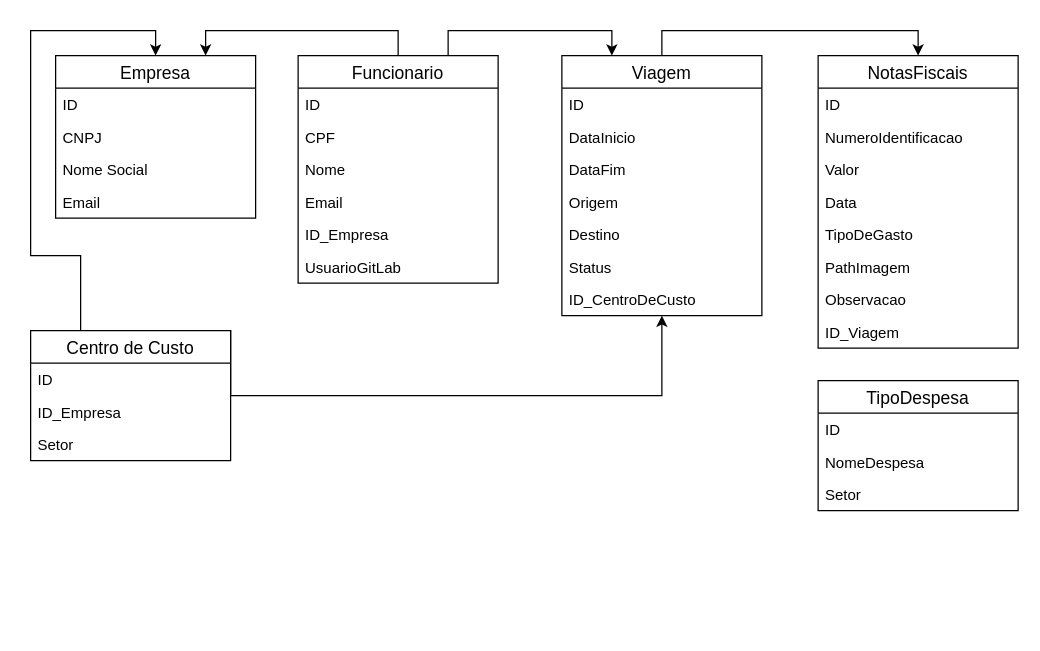
Earlier version of the draw.io diagram Untitled Diagram.drawio (brunnonavarro/contact-list). Source tidied: cells renumbered, new cells numbered last; positions are measured from the earlier drawing's top-left corner, leaving out a move shared by most shapes. Both pictures are drawn from the tidied source at 125%, with x=0, y=0 at pixel (30, 30).
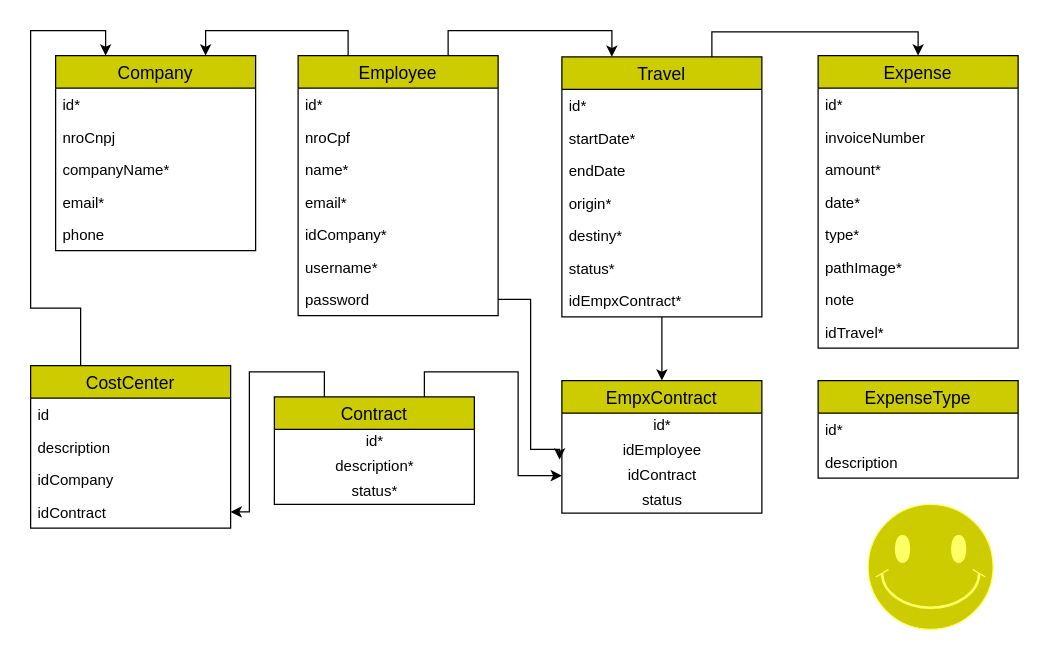
Above is the later version.

Diff of the diagram source:
```diff
@@
-    <mxCell id="2" value="Empresa" style="swimlane;fontStyle=0;horizontal=1;startSize=26;align=center;fontSize=14;" parent="1" vertex="1">
-      <mxGeometry x="20" y="20" width="160" height="130" as="geometry" />
+    <mxCell id="2" value="Company" style="swimlane;fontStyle=0;horizontal=1;startSize=26;align=center;fontSize=14;fillColor=#CCCC00;" parent="1" vertex="1">
+      <mxGeometry x="20" y="20" width="160" height="156" as="geometry" />
     </mxCell>
-    <mxCell id="3" value="ID" style="text;strokeColor=none;fillColor=none;spacingLeft=4;spacingRight=4;overflow=hidden;fontSize=12;" parent="2" vertex="1">
+    <mxCell id="3" value="id*" style="text;strokeColor=none;fillColor=none;spacingLeft=4;spacingRight=4;overflow=hidden;fontSize=12;" parent="2" vertex="1">
       <mxGeometry y="26" width="160" height="26" as="geometry" />
     </mxCell>
-    <mxCell id="4" value="CNPJ" style="text;strokeColor=none;fillColor=none;spacingLeft=4;spacingRight=4;overflow=hidden;fontSize=12;" parent="2" vertex="1">
+    <mxCell id="4" value="nroCnpj" style="text;strokeColor=none;fillColor=none;spacingLeft=4;spacingRight=4;overflow=hidden;fontSize=12;" parent="2" vertex="1">
       <mxGeometry y="52" width="160" height="26" as="geometry" />
     </mxCell>
-    <mxCell id="5" value="Nome Social" style="text;strokeColor=none;fillColor=none;spacingLeft=4;spacingRight=4;overflow=hidden;fontSize=12;" parent="2" vertex="1">
+    <mxCell id="5" value="companyName*" style="text;strokeColor=none;fillColor=none;spacingLeft=4;spacingRight=4;overflow=hidden;fontSize=12;" parent="2" vertex="1">
       <mxGeometry y="78" width="160" height="26" as="geometry" />
     </mxCell>
-    <mxCell id="6" value="Email" style="text;strokeColor=none;fillColor=none;spacingLeft=4;spacingRight=4;overflow=hidden;fontSize=12;" parent="2" vertex="1">
+    <mxCell id="6" value="email*" style="text;strokeColor=none;fillColor=none;spacingLeft=4;spacingRight=4;overflow=hidden;fontSize=12;" parent="2" vertex="1">
       <mxGeometry y="104" width="160" height="26" as="geometry" />
     </mxCell>
+    <mxCell id="44" value="phone" style="text;strokeColor=none;fillColor=none;spacingLeft=4;spacingRight=4;overflow=hidden;fontSize=12;" parent="2" vertex="1">
+      <mxGeometry y="130" width="160" height="26" as="geometry" />
+    </mxCell>
-    <mxCell id="7" style="edgeStyle=orthogonalEdgeStyle;rounded=0;jettySize=auto;html=1;exitX=0.5;exitY=0;exitDx=0;exitDy=0;entryX=0.75;entryY=0;entryDx=0;entryDy=0;" parent="1" edge="1" source="9" target="2">
+    <mxCell id="7" style="edgeStyle=orthogonalEdgeStyle;rounded=0;jettySize=auto;html=1;exitX=0.25;exitY=0;exitDx=0;exitDy=0;entryX=0.75;entryY=0;entryDx=0;entryDy=0;" parent="1" edge="1" source="9" target="2">
       <mxGeometry relative="1" as="geometry" />
     </mxCell>
@@
-    <mxCell id="9" value="Funcionario" style="swimlane;fontStyle=0;horizontal=1;startSize=26;align=center;fontSize=14;" parent="1" vertex="1">
-      <mxGeometry x="214" y="20" width="160" height="182" as="geometry" />
+    <mxCell id="9" value="Employee" style="swimlane;fontStyle=0;horizontal=1;startSize=26;align=center;fontSize=14;fillColor=#CCCC00;" parent="1" vertex="1">
+      <mxGeometry x="214" y="20" width="160" height="208" as="geometry" />
     </mxCell>
-    <mxCell id="10" value="ID" style="text;strokeColor=none;fillColor=none;spacingLeft=4;spacingRight=4;overflow=hidden;fontSize=12;" parent="9" vertex="1">
+    <mxCell id="10" value="id*" style="text;strokeColor=none;fillColor=none;spacingLeft=4;spacingRight=4;overflow=hidden;fontSize=12;" parent="9" vertex="1">
       <mxGeometry y="26" width="160" height="26" as="geometry" />
     </mxCell>
-    <mxCell id="11" value="CPF" style="text;strokeColor=none;fillColor=none;spacingLeft=4;spacingRight=4;overflow=hidden;fontSize=12;" parent="9" vertex="1">
+    <mxCell id="11" value="nroCpf" style="text;strokeColor=none;fillColor=none;spacingLeft=4;spacingRight=4;overflow=hidden;fontSize=12;" parent="9" vertex="1">
       <mxGeometry y="52" width="160" height="26" as="geometry" />
     </mxCell>
-    <mxCell id="12" value="Nome" style="text;strokeColor=none;fillColor=none;spacingLeft=4;spacingRight=4;overflow=hidden;fontSize=12;" parent="9" vertex="1">
+    <mxCell id="12" value="name*" style="text;strokeColor=none;fillColor=none;spacingLeft=4;spacingRight=4;overflow=hidden;fontSize=12;" parent="9" vertex="1">
       <mxGeometry y="78" width="160" height="26" as="geometry" />
     </mxCell>
-    <mxCell id="13" value="Email" style="text;strokeColor=none;fillColor=none;spacingLeft=4;spacingRight=4;overflow=hidden;fontSize=12;" parent="9" vertex="1">
+    <mxCell id="13" value="email*" style="text;strokeColor=none;fillColor=none;spacingLeft=4;spacingRight=4;overflow=hidden;fontSize=12;" parent="9" vertex="1">
       <mxGeometry y="104" width="160" height="26" as="geometry" />
     </mxCell>
-    <mxCell id="14" value="ID_Empresa" style="text;strokeColor=none;fillColor=none;spacingLeft=4;spacingRight=4;overflow=hidden;fontSize=12;" parent="9" vertex="1">
+    <mxCell id="14" value="idCompany*" style="text;strokeColor=none;fillColor=none;spacingLeft=4;spacingRight=4;overflow=hidden;fontSize=12;" parent="9" vertex="1">
       <mxGeometry y="130" width="160" height="26" as="geometry" />
     </mxCell>
-    <mxCell id="15" value="UsuarioGitLab" style="text;strokeColor=none;fillColor=none;spacingLeft=4;spacingRight=4;overflow=hidden;fontSize=12;" parent="9" vertex="1">
+    <mxCell id="15" value="username*" style="text;strokeColor=none;fillColor=none;spacingLeft=4;spacingRight=4;overflow=hidden;fontSize=12;" parent="9" vertex="1">
       <mxGeometry y="156" width="160" height="26" as="geometry" />
     </mxCell>
-    <mxCell id="16" style="edgeStyle=orthogonalEdgeStyle;rounded=0;jettySize=auto;html=1;exitX=0.25;exitY=0;exitDx=0;exitDy=0;entryX=0.5;entryY=0;entryDx=0;entryDy=0;" parent="1" edge="1" source="27" target="2">
-      <mxGeometry relative="1" as="geometry">
-        <Array as="points">
-          <mxPoint x="40" y="180" />
-          <mxPoint y="180" />
-          <mxPoint />
-          <mxPoint x="100" />
-        </Array>
-      </mxGeometry>
-    </mxCell>
-    <mxCell id="17" style="edgeStyle=orthogonalEdgeStyle;rounded=0;jettySize=auto;html=1;exitX=0.75;exitY=0;exitDx=0;exitDy=0;" parent="1" edge="1" source="27" target="26">
-      <mxGeometry relative="1" as="geometry">
-        <Array as="points">
-          <mxPoint x="160" y="240" />
-          <mxPoint x="160" y="292" />
-          <mxPoint x="505" y="292" />
-        </Array>
-      </mxGeometry>
-    </mxCell>
+    <mxCell id="45" value="password" style="text;strokeColor=none;fillColor=none;spacingLeft=4;spacingRight=4;overflow=hidden;points=[[0,0.5],[1,0.5]];portConstraint=eastwest;fontSize=12;" parent="9" vertex="1">
+      <mxGeometry y="182" width="160" height="26" as="geometry" />
+    </mxCell>
-    <mxCell id="18" style="edgeStyle=orthogonalEdgeStyle;rounded=0;jettySize=auto;html=1;exitX=0.5;exitY=0;exitDx=0;exitDy=0;entryX=0.5;entryY=0;entryDx=0;entryDy=0;" parent="1" edge="1" source="19" target="31">
+    <mxCell id="18" style="edgeStyle=orthogonalEdgeStyle;rounded=0;jettySize=auto;html=1;exitX=0.75;exitY=0;exitDx=0;exitDy=0;entryX=0.5;entryY=0;entryDx=0;entryDy=0;" parent="1" edge="1" source="19" target="31">
       <mxGeometry relative="1" as="geometry" />
     </mxCell>
+    <mxCell id="46" style="edgeStyle=orthogonalEdgeStyle;rounded=0;jettySize=auto;html=1;exitX=0.5;exitY=1;exitDx=0;exitDy=0;entryX=0.5;entryY=0;entryDx=0;entryDy=0;" parent="1" edge="1" source="19" target="50">
+      <mxGeometry relative="1" as="geometry" />
+    </mxCell>
-    <mxCell id="19" value="Viagem" style="swimlane;fontStyle=0;horizontal=1;startSize=26;align=center;fontSize=14;" parent="1" vertex="1">
-      <mxGeometry x="425" y="20" width="160" height="208" as="geometry" />
+    <mxCell id="19" value="Travel" style="swimlane;fontStyle=0;horizontal=1;startSize=26;align=center;fontSize=14;fillColor=#CCCC00;" parent="1" vertex="1">
+      <mxGeometry x="425" y="21" width="160" height="208" as="geometry" />
     </mxCell>
-    <mxCell id="20" value="ID" style="text;strokeColor=none;fillColor=none;spacingLeft=4;spacingRight=4;overflow=hidden;fontSize=12;" parent="19" vertex="1">
+    <mxCell id="20" value="id*" style="text;strokeColor=none;fillColor=none;spacingLeft=4;spacingRight=4;overflow=hidden;fontSize=12;" parent="19" vertex="1">
       <mxGeometry y="26" width="160" height="26" as="geometry" />
     </mxCell>
-    <mxCell id="21" value="DataInicio" style="text;strokeColor=none;fillColor=none;spacingLeft=4;spacingRight=4;overflow=hidden;fontSize=12;" parent="19" vertex="1">
+    <mxCell id="21" value="startDate*" style="text;strokeColor=none;fillColor=none;spacingLeft=4;spacingRight=4;overflow=hidden;fontSize=12;" parent="19" vertex="1">
       <mxGeometry y="52" width="160" height="26" as="geometry" />
     </mxCell>
-    <mxCell id="22" value="DataFim" style="text;strokeColor=none;fillColor=none;spacingLeft=4;spacingRight=4;overflow=hidden;fontSize=12;" parent="19" vertex="1">
+    <mxCell id="22" value="endDate" style="text;strokeColor=none;fillColor=none;spacingLeft=4;spacingRight=4;overflow=hidden;fontSize=12;" parent="19" vertex="1">
       <mxGeometry y="78" width="160" height="26" as="geometry" />
     </mxCell>
-    <mxCell id="23" value="Origem" style="text;strokeColor=none;fillColor=none;spacingLeft=4;spacingRight=4;overflow=hidden;fontSize=12;" parent="19" vertex="1">
+    <mxCell id="23" value="origin*" style="text;strokeColor=none;fillColor=none;spacingLeft=4;spacingRight=4;overflow=hidden;fontSize=12;" parent="19" vertex="1">
       <mxGeometry y="104" width="160" height="26" as="geometry" />
     </mxCell>
-    <mxCell id="24" value="Destino" style="text;strokeColor=none;fillColor=none;spacingLeft=4;spacingRight=4;overflow=hidden;fontSize=12;" parent="19" vertex="1">
+    <mxCell id="24" value="destiny*" style="text;strokeColor=none;fillColor=none;spacingLeft=4;spacingRight=4;overflow=hidden;fontSize=12;" parent="19" vertex="1">
       <mxGeometry y="130" width="160" height="26" as="geometry" />
     </mxCell>
-    <mxCell id="25" value="Status" style="text;strokeColor=none;fillColor=none;spacingLeft=4;spacingRight=4;overflow=hidden;fontSize=12;" parent="19" vertex="1">
+    <mxCell id="25" value="status*" style="text;strokeColor=none;fillColor=none;spacingLeft=4;spacingRight=4;overflow=hidden;fontSize=12;" parent="19" vertex="1">
       <mxGeometry y="156" width="160" height="26" as="geometry" />
     </mxCell>
-    <mxCell id="26" value="ID_CentroDeCusto" style="text;strokeColor=none;fillColor=none;spacingLeft=4;spacingRight=4;overflow=hidden;points=[[0,0.5],[1,0.5]];portConstraint=eastwest;fontSize=12;" parent="19" vertex="1">
-      <mxGeometry y="182" width="160" height="26" as="geometry" />
-    </mxCell>
-    <mxCell id="27" value="Centro de Custo" style="swimlane;fontStyle=0;horizontal=1;startSize=26;align=center;fontSize=14;" parent="1" vertex="1">
-      <mxGeometry y="240" width="160" height="104" as="geometry" />
-    </mxCell>
-    <mxCell id="28" value="ID" style="text;strokeColor=none;fillColor=none;spacingLeft=4;spacingRight=4;overflow=hidden;fontSize=12;" parent="27" vertex="1">
-      <mxGeometry y="26" width="160" height="26" as="geometry" />
-    </mxCell>
-    <mxCell id="29" value="ID_Empresa" style="text;strokeColor=none;fillColor=none;spacingLeft=4;spacingRight=4;overflow=hidden;fontSize=12;" parent="27" vertex="1">
-      <mxGeometry y="52" width="160" height="26" as="geometry" />
-    </mxCell>
-    <mxCell id="30" value="Setor" style="text;strokeColor=none;fillColor=none;spacingLeft=4;spacingRight=4;overflow=hidden;fontSize=12;" parent="27" vertex="1">
-      <mxGeometry y="78" width="160" height="26" as="geometry" />
-    </mxCell>
+    <mxCell id="47" value="idEmpxContract*" style="text;strokeColor=none;fillColor=none;spacingLeft=4;spacingRight=4;overflow=hidden;fontSize=12;" parent="19" vertex="1">
+      <mxGeometry y="182" width="160" height="26" as="geometry" />
+    </mxCell>
-    <mxCell id="31" value="NotasFiscais" style="swimlane;fontStyle=0;horizontal=1;startSize=26;align=center;fontSize=14;" parent="1" vertex="1">
+    <mxCell id="31" value="Expense" style="swimlane;fontStyle=0;horizontal=1;startSize=26;align=center;fontSize=14;fillColor=#CCCC00;" parent="1" vertex="1">
       <mxGeometry x="630" y="20" width="160" height="234" as="geometry" />
     </mxCell>
-    <mxCell id="32" value="ID" style="text;strokeColor=none;fillColor=none;spacingLeft=4;spacingRight=4;overflow=hidden;fontSize=12;" parent="31" vertex="1">
+    <mxCell id="32" value="id*" style="text;strokeColor=none;fillColor=none;spacingLeft=4;spacingRight=4;overflow=hidden;fontSize=12;" parent="31" vertex="1">
       <mxGeometry y="26" width="160" height="26" as="geometry" />
     </mxCell>
-    <mxCell id="33" value="NumeroIdentificacao" style="text;strokeColor=none;fillColor=none;spacingLeft=4;spacingRight=4;overflow=hidden;fontSize=12;" parent="31" vertex="1">
+    <mxCell id="33" value="invoiceNumber" style="text;strokeColor=none;fillColor=none;spacingLeft=4;spacingRight=4;overflow=hidden;fontSize=12;" parent="31" vertex="1">
       <mxGeometry y="52" width="160" height="26" as="geometry" />
     </mxCell>
-    <mxCell id="34" value="Valor" style="text;strokeColor=none;fillColor=none;spacingLeft=4;spacingRight=4;overflow=hidden;fontSize=12;" parent="31" vertex="1">
+    <mxCell id="34" value="amount*" style="text;strokeColor=none;fillColor=none;spacingLeft=4;spacingRight=4;overflow=hidden;fontSize=12;" parent="31" vertex="1">
       <mxGeometry y="78" width="160" height="26" as="geometry" />
     </mxCell>
-    <mxCell id="35" value="Data" style="text;strokeColor=none;fillColor=none;spacingLeft=4;spacingRight=4;overflow=hidden;fontSize=12;" parent="31" vertex="1">
+    <mxCell id="35" value="date*" style="text;strokeColor=none;fillColor=none;spacingLeft=4;spacingRight=4;overflow=hidden;fontSize=12;" parent="31" vertex="1">
       <mxGeometry y="104" width="160" height="26" as="geometry" />
     </mxCell>
-    <mxCell id="36" value="TipoDeGasto" style="text;strokeColor=none;fillColor=none;spacingLeft=4;spacingRight=4;overflow=hidden;fontSize=12;" parent="31" vertex="1">
+    <mxCell id="36" value="type*" style="text;strokeColor=none;fillColor=none;spacingLeft=4;spacingRight=4;overflow=hidden;fontSize=12;" parent="31" vertex="1">
       <mxGeometry y="130" width="160" height="26" as="geometry" />
     </mxCell>
-    <mxCell id="37" value="PathImagem" style="text;strokeColor=none;fillColor=none;spacingLeft=4;spacingRight=4;overflow=hidden;fontSize=12;" parent="31" vertex="1">
+    <mxCell id="37" value="pathImage*" style="text;strokeColor=none;fillColor=none;spacingLeft=4;spacingRight=4;overflow=hidden;fontSize=12;" parent="31" vertex="1">
       <mxGeometry y="156" width="160" height="26" as="geometry" />
     </mxCell>
-    <mxCell id="38" value="Observacao" style="text;strokeColor=none;fillColor=none;spacingLeft=4;spacingRight=4;overflow=hidden;fontSize=12;" parent="31" vertex="1">
+    <mxCell id="38" value="note" style="text;strokeColor=none;fillColor=none;spacingLeft=4;spacingRight=4;overflow=hidden;fontSize=12;" parent="31" vertex="1">
       <mxGeometry y="182" width="160" height="26" as="geometry" />
     </mxCell>
-    <mxCell id="39" value="ID_Viagem" style="text;strokeColor=none;fillColor=none;spacingLeft=4;spacingRight=4;overflow=hidden;fontSize=12;" parent="31" vertex="1">
+    <mxCell id="39" value="idTravel*" style="text;strokeColor=none;fillColor=none;spacingLeft=4;spacingRight=4;overflow=hidden;fontSize=12;" parent="31" vertex="1">
       <mxGeometry y="208" width="160" height="26" as="geometry" />
     </mxCell>
-    <mxCell id="40" value="TipoDespesa" style="swimlane;fontStyle=0;horizontal=1;startSize=26;align=center;fontSize=14;" parent="1" vertex="1">
-      <mxGeometry x="630" y="280" width="160" height="104" as="geometry" />
+    <mxCell id="40" value="ExpenseType" style="swimlane;fontStyle=0;horizontal=1;startSize=26;align=center;fontSize=14;fillColor=#CCCC00;" parent="1" vertex="1">
+      <mxGeometry x="630" y="280" width="160" height="78" as="geometry" />
     </mxCell>
-    <mxCell id="41" value="ID" style="text;strokeColor=none;fillColor=none;spacingLeft=4;spacingRight=4;overflow=hidden;fontSize=12;" parent="40" vertex="1">
+    <mxCell id="41" value="id*" style="text;strokeColor=none;fillColor=none;spacingLeft=4;spacingRight=4;overflow=hidden;fontSize=12;" parent="40" vertex="1">
       <mxGeometry y="26" width="160" height="26" as="geometry" />
     </mxCell>
-    <mxCell id="42" value="NomeDespesa" style="text;strokeColor=none;fillColor=none;spacingLeft=4;spacingRight=4;overflow=hidden;fontSize=12;" parent="40" vertex="1">
+    <mxCell id="42" value="description" style="text;strokeColor=none;fillColor=none;spacingLeft=4;spacingRight=4;overflow=hidden;fontSize=12;" parent="40" vertex="1">
       <mxGeometry y="52" width="160" height="26" as="geometry" />
     </mxCell>
-    <mxCell id="43" value="Setor" style="text;strokeColor=none;fillColor=none;spacingLeft=4;spacingRight=4;overflow=hidden;fontSize=12;" parent="40" vertex="1">
-      <mxGeometry y="78" width="160" height="26" as="geometry" />
-    </mxCell>
+    <mxCell id="48" style="edgeStyle=orthogonalEdgeStyle;rounded=0;jettySize=auto;html=1;exitX=0.75;exitY=0;exitDx=0;exitDy=0;" parent="1" edge="1" source="57" target="53">
+      <mxGeometry relative="1" as="geometry" />
+    </mxCell>
+    <mxCell id="49" style="edgeStyle=orthogonalEdgeStyle;rounded=0;jettySize=auto;html=1;exitX=1;exitY=0.5;exitDx=0;exitDy=0;entryX=-0.011;entryY=0.431;entryDx=0;entryDy=0;entryPerimeter=0;" parent="1" edge="1" source="45">
+      <mxGeometry relative="1" as="geometry">
+        <mxPoint x="423.2" y="343.2" as="targetPoint" />
+        <Array as="points">
+          <mxPoint x="400" y="215" />
+          <mxPoint x="400" y="335" />
+        </Array>
+      </mxGeometry>
+    </mxCell>
+    <mxCell id="50" value="EmpxContract" style="swimlane;fontStyle=0;horizontal=1;startSize=26;align=center;fontSize=14;fillColor=#CCCC00;" parent="1" vertex="1">
+      <mxGeometry x="425" y="280" width="160" height="106" as="geometry" />
+    </mxCell>
+    <mxCell id="51" value="id*" style="text;html=1;align=center;verticalAlign=middle;" parent="50" vertex="1">
+      <mxGeometry y="26" width="160" height="20" as="geometry" />
+    </mxCell>
+    <mxCell id="52" value="idEmployee" style="text;html=1;align=center;verticalAlign=middle;" parent="50" vertex="1">
+      <mxGeometry y="46" width="160" height="20" as="geometry" />
+    </mxCell>
+    <mxCell id="53" value="idContract" style="text;html=1;align=center;verticalAlign=middle;points=[];" parent="50" vertex="1">
+      <mxGeometry y="66" width="160" height="20" as="geometry" />
+    </mxCell>
+    <mxCell id="54" value="status" style="text;html=1;align=center;verticalAlign=middle;" parent="50" vertex="1">
+      <mxGeometry y="86" width="160" height="20" as="geometry" />
+    </mxCell>
+    <mxCell id="16" style="edgeStyle=orthogonalEdgeStyle;rounded=0;jettySize=auto;html=1;exitX=0.25;exitY=0;exitDx=0;exitDy=0;entryX=0.25;entryY=0;entryDx=0;entryDy=0;" parent="1" edge="1" source="27" target="2">
+      <mxGeometry relative="1" as="geometry" />
+    </mxCell>
+    <mxCell id="27" value="CostCenter" style="swimlane;fontStyle=0;horizontal=1;startSize=26;align=center;fontSize=14;fillColor=#CCCC00;" parent="1" vertex="1">
+      <mxGeometry y="268" width="160" height="130" as="geometry" />
+    </mxCell>
+    <mxCell id="28" value="id" style="text;strokeColor=none;fillColor=none;spacingLeft=4;spacingRight=4;overflow=hidden;fontSize=12;" parent="27" vertex="1">
+      <mxGeometry y="26" width="160" height="26" as="geometry" />
+    </mxCell>
+    <mxCell id="30" value="description" style="text;strokeColor=none;fillColor=none;spacingLeft=4;spacingRight=4;overflow=hidden;fontSize=12;" parent="27" vertex="1">
+      <mxGeometry y="52" width="160" height="26" as="geometry" />
+    </mxCell>
+    <mxCell id="29" value="idCompany" style="text;strokeColor=none;fillColor=none;spacingLeft=4;spacingRight=4;overflow=hidden;fontSize=12;" parent="27" vertex="1">
+      <mxGeometry y="78" width="160" height="26" as="geometry" />
+    </mxCell>
+    <mxCell id="55" value="idContract" style="text;strokeColor=none;fillColor=none;spacingLeft=4;spacingRight=4;overflow=hidden;points=[[0,0.5],[1,0.5]];portConstraint=eastwest;fontSize=12;" parent="27" vertex="1">
+      <mxGeometry y="104" width="160" height="26" as="geometry" />
+    </mxCell>
+    <mxCell id="56" style="edgeStyle=orthogonalEdgeStyle;rounded=0;jettySize=auto;html=1;exitX=0.25;exitY=0;exitDx=0;exitDy=0;entryX=1;entryY=0.5;entryDx=0;entryDy=0;" parent="1" edge="1" source="57" target="55">
+      <mxGeometry relative="1" as="geometry">
+        <Array as="points">
+          <mxPoint x="235" y="273" />
+          <mxPoint x="175" y="273" />
+          <mxPoint x="175" y="385" />
+        </Array>
+      </mxGeometry>
+    </mxCell>
+    <mxCell id="57" value="Contract" style="swimlane;fontStyle=0;horizontal=1;startSize=26;align=center;fontSize=14;fillColor=#CCCC00;" parent="1" vertex="1">
+      <mxGeometry x="195" y="293" width="160" height="86" as="geometry" />
+    </mxCell>
+    <mxCell id="58" value="id*" style="text;html=1;align=center;verticalAlign=middle;" parent="57" vertex="1">
+      <mxGeometry y="26" width="160" height="20" as="geometry" />
+    </mxCell>
+    <mxCell id="59" value="description*" style="text;html=1;align=center;verticalAlign=middle;" parent="57" vertex="1">
+      <mxGeometry y="46" width="160" height="20" as="geometry" />
+    </mxCell>
+    <mxCell id="60" value="status*" style="text;html=1;align=center;verticalAlign=middle;" parent="57" vertex="1">
+      <mxGeometry y="66" width="160" height="20" as="geometry" />
+    </mxCell>
+    <mxCell id="61" style="verticalLabelPosition=bottom;verticalAlign=top;html=1;shape=mxgraph.basic.smiley;strokeColor=#FFFF66;fillColor=#CCCC00;" parent="1" vertex="1">
+      <mxGeometry x="670" y="379" width="100" height="100" as="geometry" />
+    </mxCell>
```
